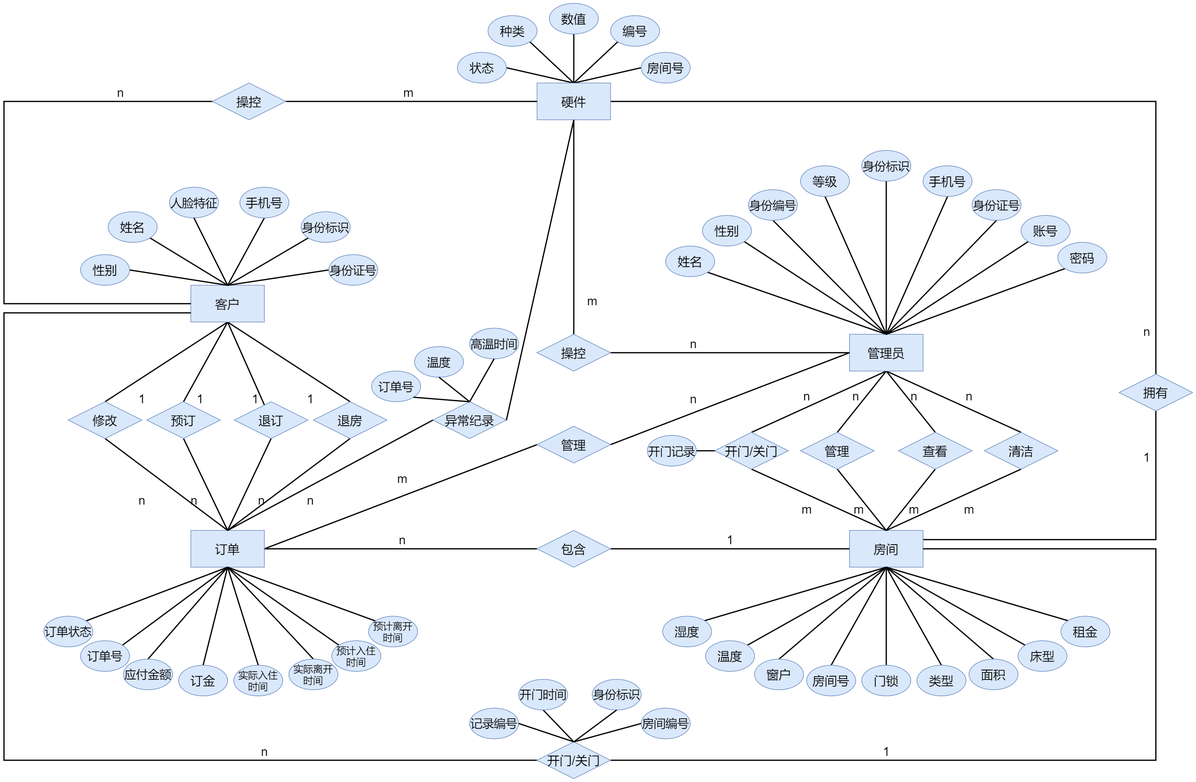
Before: docs/src/E-R图.png, a diagram exported from draw.io (AndSonder/smart-hotel-database). Source tidied: cells renumbered, new cells last; positions are measured from the earlier drawing's top-left corner, leaving out a move shared by most shapes.
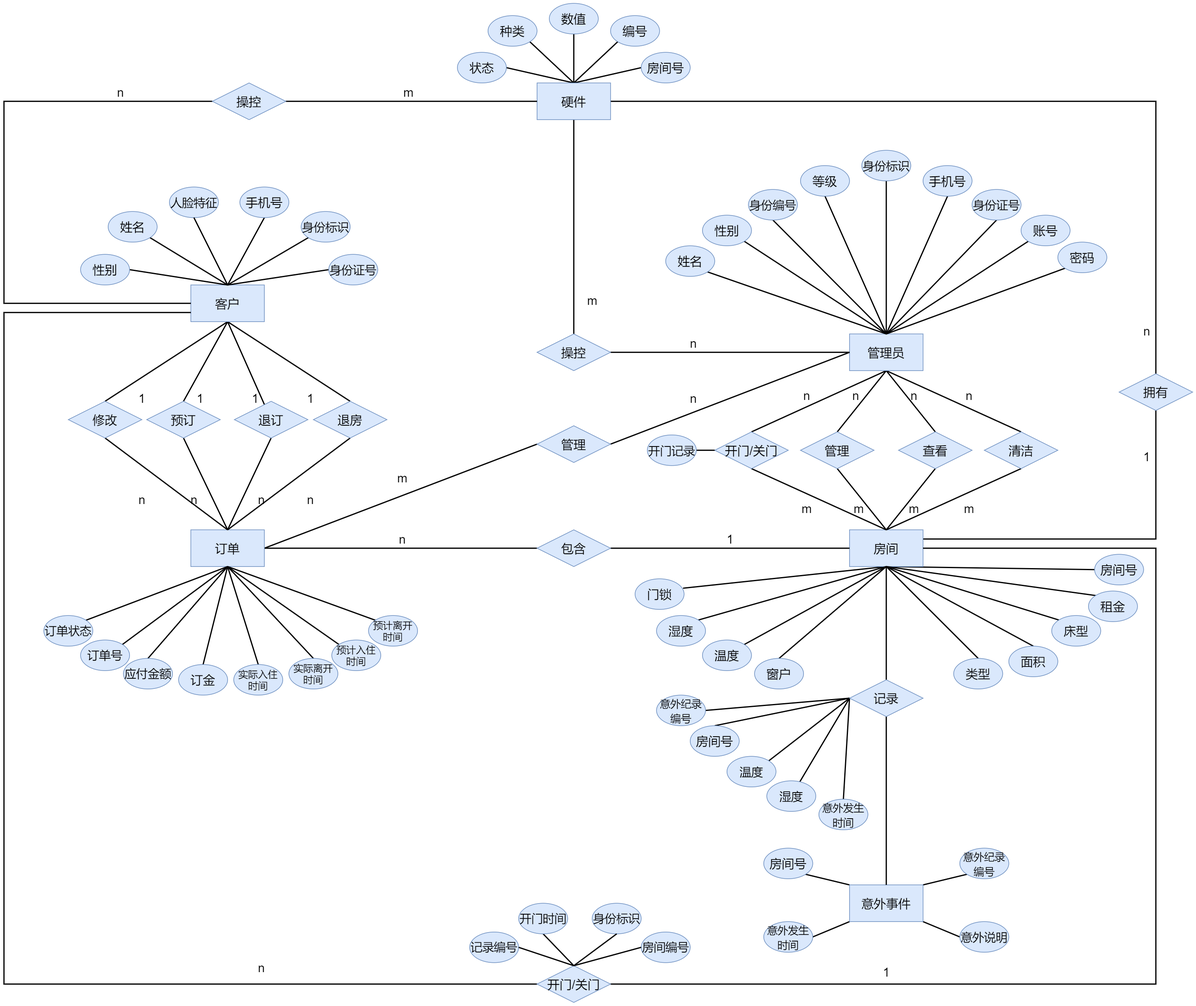
The same file after the commit.

Diff of the diagram source:
```diff
@@ -46,2 +46,11 @@
     </mxCell>
+    <mxCell id="172" style="edgeStyle=none;rounded=0;jettySize=auto;html=1;exitX=0.5;exitY=1;exitDx=0;exitDy=0;entryX=0.979;entryY=0.307;entryDx=0;entryDy=0;entryPerimeter=0;endArrow=none;endFill=0;strokeWidth=2;" parent="1" edge="1" source="16" target="141">
+      <mxGeometry relative="1" as="geometry" />
+    </mxCell>
+    <mxCell id="173" style="edgeStyle=none;rounded=0;jettySize=auto;html=1;exitX=0.5;exitY=1;exitDx=0;exitDy=0;entryX=0.5;entryY=0;entryDx=0;entryDy=0;endArrow=none;endFill=0;strokeWidth=2;" parent="1" edge="1" source="16" target="186">
+      <mxGeometry relative="1" as="geometry" />
+    </mxCell>
+    <mxCell id="174" style="edgeStyle=none;rounded=0;jettySize=auto;html=1;exitX=0.5;exitY=1;exitDx=0;exitDy=0;entryX=0;entryY=0.5;entryDx=0;entryDy=0;endArrow=none;endFill=0;strokeWidth=2;" parent="1" edge="1" source="16" target="131">
+      <mxGeometry relative="1" as="geometry" />
+    </mxCell>
     <mxCell id="16" value="房间" style="rounded=0;whiteSpace=wrap;html=1;fillColor=#dae8fc;strokeColor=#6c8ebf;fontSize=20;" parent="1" vertex="1">
@@ -218,3 +227,3 @@
         <Array as="points">
-          <mxPoint y="1235" />
+          <mxPoint y="1602" />
           <mxPoint y="505" />
@@ -226,3 +235,3 @@
         <Array as="points">
-          <mxPoint x="1880" y="1235" />
+          <mxPoint x="1880" y="1602" />
           <mxPoint x="1880" y="890" />
@@ -232,9 +241,9 @@
     <mxCell id="71" value="开门/关门" style="rhombus;whiteSpace=wrap;html=1;fillColor=#dae8fc;strokeColor=#6c8ebf;fontSize=20;" parent="1" vertex="1">
-      <mxGeometry x="870" y="1205" width="120" height="60" as="geometry" />
+      <mxGeometry x="870" y="1572" width="120" height="60" as="geometry" />
     </mxCell>
     <mxCell id="72" value="n" style="text;html=1;align=center;verticalAlign=middle;strokeColor=none;fontSize=20;" parent="1" vertex="1">
-      <mxGeometry x="410" y="1205" width="30" height="30" as="geometry" />
+      <mxGeometry x="405" y="1560" width="30" height="30" as="geometry" />
     </mxCell>
     <mxCell id="73" value="1" style="text;html=1;align=center;verticalAlign=middle;strokeColor=none;fontSize=20;" parent="1" vertex="1">
-      <mxGeometry x="1425" y="1205" width="30" height="30" as="geometry" />
+      <mxGeometry x="1425" y="1567" width="30" height="30" as="geometry" />
     </mxCell>
@@ -268,3 +277,3 @@
     <mxCell id="83" value="温度" style="ellipse;whiteSpace=wrap;html=1;fontSize=20;fillColor=#dae8fc;strokeColor=#6c8ebf;" parent="1" vertex="1">
-      <mxGeometry x="1145" y="1040" width="80" height="50" as="geometry" />
+      <mxGeometry x="1140" y="1040" width="80" height="50" as="geometry" />
     </mxCell>
@@ -274,3 +283,3 @@
     <mxCell id="85" value="湿度" style="ellipse;whiteSpace=wrap;html=1;fontSize=20;fillColor=#dae8fc;strokeColor=#6c8ebf;" parent="1" vertex="1">
-      <mxGeometry x="1075" y="1000" width="80" height="50" as="geometry" />
+      <mxGeometry x="1065" y="1000" width="80" height="50" as="geometry" />
     </mxCell>
@@ -412,7 +421,4 @@
     </mxCell>
-    <mxCell id="130" style="edgeStyle=none;rounded=0;jettySize=auto;html=1;exitX=0.5;exitY=0;exitDx=0;exitDy=0;entryX=0.5;entryY=1;entryDx=0;entryDy=0;fontSize=20;startArrow=none;startFill=0;endArrow=none;endFill=0;strokeWidth=2;" parent="1" edge="1" source="131" target="16">
-      <mxGeometry relative="1" as="geometry" />
-    </mxCell>
     <mxCell id="131" value="房间号" style="ellipse;whiteSpace=wrap;html=1;fontSize=20;fillColor=#dae8fc;strokeColor=#6c8ebf;" parent="1" vertex="1">
-      <mxGeometry x="1310" y="1080" width="80" height="50" as="geometry" />
+      <mxGeometry x="1780" y="900" width="80" height="50" as="geometry" />
     </mxCell>
@@ -422,3 +428,3 @@
     <mxCell id="133" value="类型" style="ellipse;whiteSpace=wrap;html=1;fontSize=20;fillColor=#dae8fc;strokeColor=#6c8ebf;" parent="1" vertex="1">
-      <mxGeometry x="1490" y="1080" width="80" height="50" as="geometry" />
+      <mxGeometry x="1550" y="1070" width="80" height="50" as="geometry" />
     </mxCell>
@@ -428,3 +434,3 @@
     <mxCell id="135" value="床型" style="ellipse;whiteSpace=wrap;html=1;fontSize=20;fillColor=#dae8fc;strokeColor=#6c8ebf;" parent="1" vertex="1">
-      <mxGeometry x="1655" y="1040" width="80" height="50" as="geometry" />
+      <mxGeometry x="1710" y="1000" width="80" height="50" as="geometry" />
     </mxCell>
@@ -434,3 +440,3 @@
     <mxCell id="137" value="面积" style="ellipse;whiteSpace=wrap;html=1;fontSize=20;fillColor=#dae8fc;strokeColor=#6c8ebf;" parent="1" vertex="1">
-      <mxGeometry x="1575" y="1070" width="80" height="50" as="geometry" />
+      <mxGeometry x="1640" y="1050" width="80" height="50" as="geometry" />
     </mxCell>
@@ -442,7 +448,4 @@
     </mxCell>
-    <mxCell id="140" style="edgeStyle=none;rounded=0;jettySize=auto;html=1;exitX=0.5;exitY=0;exitDx=0;exitDy=0;entryX=0.5;entryY=1;entryDx=0;entryDy=0;fontSize=20;startArrow=none;startFill=0;endArrow=none;endFill=0;strokeWidth=2;" parent="1" edge="1" source="141" target="16">
-      <mxGeometry relative="1" as="geometry" />
-    </mxCell>
     <mxCell id="141" value="门锁" style="ellipse;whiteSpace=wrap;html=1;fontSize=20;fillColor=#dae8fc;strokeColor=#6c8ebf;" parent="1" vertex="1">
-      <mxGeometry x="1400" y="1080" width="80" height="50" as="geometry" />
+      <mxGeometry x="1030" y="940" width="80" height="50" as="geometry" />
     </mxCell>
@@ -452,3 +455,3 @@
     <mxCell id="143" value="租金" style="ellipse;whiteSpace=wrap;html=1;fontSize=20;fillColor=#dae8fc;strokeColor=#6c8ebf;" parent="1" vertex="1">
-      <mxGeometry x="1725" y="1000" width="80" height="50" as="geometry" />
+      <mxGeometry x="1770" y="960" width="80" height="50" as="geometry" />
     </mxCell>
@@ -461,3 +464,3 @@
     <mxCell id="146" value="开门时间" style="ellipse;whiteSpace=wrap;html=1;fontSize=19;fillColor=#dae8fc;strokeColor=#6c8ebf;" parent="1" vertex="1">
-      <mxGeometry x="840" y="1103" width="80" height="50" as="geometry" />
+      <mxGeometry x="840" y="1470" width="80" height="50" as="geometry" />
     </mxCell>
@@ -485,9 +488,9 @@
     <mxCell id="154" value="身份标识" style="ellipse;whiteSpace=wrap;html=1;fontSize=19;fillColor=#dae8fc;strokeColor=#6c8ebf;" parent="1" vertex="1">
-      <mxGeometry x="960" y="1103" width="80" height="50" as="geometry" />
+      <mxGeometry x="960" y="1470" width="80" height="50" as="geometry" />
     </mxCell>
     <mxCell id="155" value="房间编号" style="ellipse;whiteSpace=wrap;html=1;fontSize=19;fillColor=#dae8fc;strokeColor=#6c8ebf;" parent="1" vertex="1">
-      <mxGeometry x="1040" y="1150" width="80" height="50" as="geometry" />
+      <mxGeometry x="1040" y="1517" width="80" height="50" as="geometry" />
     </mxCell>
     <mxCell id="156" value="记录编号" style="ellipse;whiteSpace=wrap;html=1;fontSize=19;fillColor=#dae8fc;strokeColor=#6c8ebf;" parent="1" vertex="1">
-      <mxGeometry x="760" y="1150" width="80" height="50" as="geometry" />
+      <mxGeometry x="760" y="1517" width="80" height="50" as="geometry" />
     </mxCell>
@@ -502,29 +505,2 @@
     </mxCell>
-    <mxCell id="160" value="异常纪录" style="rhombus;whiteSpace=wrap;html=1;fillColor=#dae8fc;strokeColor=#6c8ebf;fontSize=20;" parent="1" vertex="1">
-      <mxGeometry x="700" y="650" width="120" height="60" as="geometry" />
-    </mxCell>
-    <mxCell id="161" style="endArrow=none;html=1;fontSize=19;strokeWidth=2;exitX=0.5;exitY=0;exitDx=0;exitDy=0;entryX=0;entryY=0.5;entryDx=0;entryDy=0;" parent="1" edge="1" source="9" target="160">
-      <mxGeometry relative="1" as="geometry" />
-    </mxCell>
-    <mxCell id="162" style="endArrow=none;html=1;fontSize=19;strokeWidth=2;entryX=0.5;entryY=1;entryDx=0;entryDy=0;exitX=1;exitY=0.5;exitDx=0;exitDy=0;" parent="1" edge="1" source="160" target="36">
-      <mxGeometry relative="1" as="geometry" />
-    </mxCell>
-    <mxCell id="163" value="&lt;span style=&quot;font-size: 19px&quot;&gt;订单号&lt;/span&gt;" style="ellipse;whiteSpace=wrap;html=1;fontSize=20;fillColor=#dae8fc;strokeColor=#6c8ebf;" parent="1" vertex="1">
-      <mxGeometry x="600" y="600" width="80" height="50" as="geometry" />
-    </mxCell>
-    <mxCell id="164" value="&lt;span style=&quot;font-size: 19px&quot;&gt;温度&lt;/span&gt;" style="ellipse;whiteSpace=wrap;html=1;fontSize=20;fillColor=#dae8fc;strokeColor=#6c8ebf;" parent="1" vertex="1">
-      <mxGeometry x="670" y="560" width="80" height="50" as="geometry" />
-    </mxCell>
-    <mxCell id="165" value="&lt;span style=&quot;font-size: 19px&quot;&gt;高温时间&lt;/span&gt;" style="ellipse;whiteSpace=wrap;html=1;fontSize=20;fillColor=#dae8fc;strokeColor=#6c8ebf;" parent="1" vertex="1">
-      <mxGeometry x="760" y="530" width="80" height="50" as="geometry" />
-    </mxCell>
-    <mxCell id="166" style="endArrow=none;html=1;fontSize=19;strokeWidth=2;entryX=0.5;entryY=0;entryDx=0;entryDy=0;exitX=0.5;exitY=1;exitDx=0;exitDy=0;" parent="1" edge="1" source="164" target="160">
-      <mxGeometry relative="1" as="geometry" />
-    </mxCell>
-    <mxCell id="167" style="endArrow=none;html=1;fontSize=19;strokeWidth=2;entryX=0.5;entryY=0;entryDx=0;entryDy=0;exitX=0.5;exitY=1;exitDx=0;exitDy=0;" parent="1" edge="1" source="165" target="160">
-      <mxGeometry relative="1" as="geometry" />
-    </mxCell>
-    <mxCell id="168" style="endArrow=none;html=1;fontSize=19;strokeWidth=2;exitX=1;exitY=1;exitDx=0;exitDy=0;entryX=0.5;entryY=0;entryDx=0;entryDy=0;" parent="1" edge="1" source="163" target="160">
-      <mxGeometry relative="1" as="geometry" />
-    </mxCell>
     <mxCell id="169" value="预计离开时间" style="ellipse;whiteSpace=wrap;html=1;fontSize=16;fillColor=#dae8fc;strokeColor=#6c8ebf;" parent="1" vertex="1">
@@ -535,5 +511,71 @@
     </mxCell>
-    <mxCell id="171" style="edgeStyle=none;rounded=0;orthogonalLoop=1;jettySize=auto;html=1;exitX=1;exitY=1;exitDx=0;exitDy=0;fontSize=19;strokeWidth=2;" parent="1" edge="1" source="160" target="160">
-      <mxGeometry relative="1" as="geometry" />
+    <mxCell id="171" style="edgeStyle=none;rounded=0;orthogonalLoop=1;jettySize=auto;html=1;exitX=1;exitY=1;exitDx=0;exitDy=0;fontSize=19;strokeWidth=2;" parent="1" edge="1">
+      <mxGeometry relative="1" as="geometry">
+        <mxPoint x="790" y="695" as="sourcePoint" />
+        <mxPoint x="790" y="695" as="targetPoint" />
+      </mxGeometry>
     </mxCell>
+    <mxCell id="175" style="edgeStyle=none;rounded=0;jettySize=auto;html=1;exitX=1;exitY=0;exitDx=0;exitDy=0;entryX=0;entryY=1;entryDx=0;entryDy=0;endArrow=none;endFill=0;strokeWidth=2;" parent="1" edge="1" source="179" target="188">
+      <mxGeometry relative="1" as="geometry" />
+    </mxCell>
+    <mxCell id="176" style="edgeStyle=none;rounded=0;jettySize=auto;html=1;exitX=1;exitY=1;exitDx=0;exitDy=0;entryX=0;entryY=0.5;entryDx=0;entryDy=0;endArrow=none;endFill=0;strokeWidth=2;" parent="1" edge="1" source="179" target="190">
+      <mxGeometry relative="1" as="geometry" />
+    </mxCell>
+    <mxCell id="177" style="edgeStyle=none;rounded=0;jettySize=auto;html=1;exitX=0;exitY=0;exitDx=0;exitDy=0;entryX=1;entryY=1;entryDx=0;entryDy=0;endArrow=none;endFill=0;strokeWidth=2;" parent="1" edge="1" source="179" target="187">
+      <mxGeometry relative="1" as="geometry" />
+    </mxCell>
+    <mxCell id="178" style="edgeStyle=none;rounded=0;jettySize=auto;html=1;exitX=0;exitY=1;exitDx=0;exitDy=0;entryX=1;entryY=0.5;entryDx=0;entryDy=0;endArrow=none;endFill=0;strokeWidth=2;" parent="1" edge="1" source="179" target="189">
+      <mxGeometry relative="1" as="geometry" />
+    </mxCell>
+    <mxCell id="179" value="意外事件" style="rounded=0;whiteSpace=wrap;html=1;fillColor=#dae8fc;strokeColor=#6c8ebf;fontSize=20;" parent="1" vertex="1">
+      <mxGeometry x="1380" y="1440" width="120" height="60" as="geometry" />
+    </mxCell>
+    <mxCell id="180" style="edgeStyle=none;rounded=0;jettySize=auto;html=1;exitX=0.5;exitY=1;exitDx=0;exitDy=0;entryX=0.5;entryY=0;entryDx=0;entryDy=0;endArrow=none;endFill=0;strokeWidth=2;" parent="1" edge="1" source="186" target="179">
+      <mxGeometry relative="1" as="geometry" />
+    </mxCell>
+    <mxCell id="181" style="edgeStyle=none;rounded=0;jettySize=auto;html=1;exitX=0;exitY=0.5;exitDx=0;exitDy=0;entryX=0.5;entryY=0;entryDx=0;entryDy=0;endArrow=none;endFill=0;strokeWidth=2;" parent="1" edge="1" source="186" target="194">
+      <mxGeometry relative="1" as="geometry" />
+    </mxCell>
+    <mxCell id="182" style="edgeStyle=none;rounded=0;jettySize=auto;html=1;exitX=0;exitY=0.5;exitDx=0;exitDy=0;entryX=1;entryY=0.5;entryDx=0;entryDy=0;endArrow=none;endFill=0;strokeWidth=2;" parent="1" edge="1" source="186" target="191">
+      <mxGeometry relative="1" as="geometry" />
+    </mxCell>
+    <mxCell id="183" style="edgeStyle=none;rounded=0;jettySize=auto;html=1;exitX=0;exitY=0.5;exitDx=0;exitDy=0;entryX=1;entryY=0;entryDx=0;entryDy=0;endArrow=none;endFill=0;strokeWidth=2;" parent="1" edge="1" source="186" target="164">
+      <mxGeometry relative="1" as="geometry" />
+    </mxCell>
+    <mxCell id="184" style="edgeStyle=none;rounded=0;jettySize=auto;html=1;exitX=0;exitY=0.5;exitDx=0;exitDy=0;endArrow=none;endFill=0;strokeWidth=2;" parent="1" edge="1" source="186" target="192">
+      <mxGeometry relative="1" as="geometry" />
+    </mxCell>
+    <mxCell id="185" style="edgeStyle=none;rounded=0;jettySize=auto;html=1;exitX=0;exitY=0.5;exitDx=0;exitDy=0;entryX=0.5;entryY=0;entryDx=0;entryDy=0;endArrow=none;endFill=0;strokeWidth=2;" parent="1" edge="1" source="186" target="193">
+      <mxGeometry relative="1" as="geometry" />
+    </mxCell>
+    <mxCell id="186" value="记录" style="rhombus;whiteSpace=wrap;html=1;fillColor=#dae8fc;strokeColor=#6c8ebf;fontSize=20;" parent="1" vertex="1">
+      <mxGeometry x="1380" y="1105" width="120" height="60" as="geometry" />
+    </mxCell>
+    <mxCell id="187" value="房间号" style="ellipse;whiteSpace=wrap;html=1;fontSize=20;fillColor=#dae8fc;strokeColor=#6c8ebf;" parent="1" vertex="1">
+      <mxGeometry x="1240" y="1380" width="80" height="50" as="geometry" />
+    </mxCell>
+    <mxCell id="188" value="&lt;font style=&quot;font-size: 17px&quot;&gt;意外纪录编号&lt;/font&gt;" style="ellipse;whiteSpace=wrap;html=1;fontSize=20;fillColor=#dae8fc;strokeColor=#6c8ebf;" parent="1" vertex="1">
+      <mxGeometry x="1560" y="1380" width="80" height="50" as="geometry" />
+    </mxCell>
+    <mxCell id="189" value="&lt;font style=&quot;font-size: 17px&quot;&gt;意外发生时间&lt;/font&gt;" style="ellipse;whiteSpace=wrap;html=1;fontSize=20;fillColor=#dae8fc;strokeColor=#6c8ebf;" parent="1" vertex="1">
+      <mxGeometry x="1240" y="1500" width="80" height="50" as="geometry" />
+    </mxCell>
+    <mxCell id="190" value="&lt;font style=&quot;font-size: 19px&quot;&gt;意外说明&lt;/font&gt;" style="ellipse;whiteSpace=wrap;html=1;fontSize=20;fillColor=#dae8fc;strokeColor=#6c8ebf;" parent="1" vertex="1">
+      <mxGeometry x="1560" y="1500" width="80" height="50" as="geometry" />
+    </mxCell>
+    <mxCell id="191" value="&lt;font style=&quot;font-size: 17px&quot;&gt;意外纪录编号&lt;/font&gt;" style="ellipse;whiteSpace=wrap;html=1;fontSize=20;fillColor=#dae8fc;strokeColor=#6c8ebf;" parent="1" vertex="1">
+      <mxGeometry x="1065" y="1130" width="80" height="50" as="geometry" />
+    </mxCell>
+    <mxCell id="192" value="&lt;span style=&quot;font-size: 19px&quot;&gt;湿度&lt;/span&gt;" style="ellipse;whiteSpace=wrap;html=1;fontSize=20;fillColor=#dae8fc;strokeColor=#6c8ebf;" parent="1" vertex="1">
+      <mxGeometry x="1245" y="1270" width="80" height="50" as="geometry" />
+    </mxCell>
+    <mxCell id="193" value="&lt;font style=&quot;font-size: 17px&quot;&gt;意外发生时间&lt;/font&gt;" style="ellipse;whiteSpace=wrap;html=1;fontSize=20;fillColor=#dae8fc;strokeColor=#6c8ebf;" parent="1" vertex="1">
+      <mxGeometry x="1330" y="1300" width="80" height="50" as="geometry" />
+    </mxCell>
+    <mxCell id="194" value="房间号" style="ellipse;whiteSpace=wrap;html=1;fontSize=20;fillColor=#dae8fc;strokeColor=#6c8ebf;" parent="1" vertex="1">
+      <mxGeometry x="1120" y="1180" width="80" height="50" as="geometry" />
+    </mxCell>
+    <mxCell id="164" value="&lt;span style=&quot;font-size: 19px&quot;&gt;温度&lt;/span&gt;" style="ellipse;whiteSpace=wrap;html=1;fontSize=20;fillColor=#dae8fc;strokeColor=#6c8ebf;" parent="1" vertex="1">
+      <mxGeometry x="1180" y="1230" width="80" height="50" as="geometry" />
+    </mxCell>
   </root>
```
